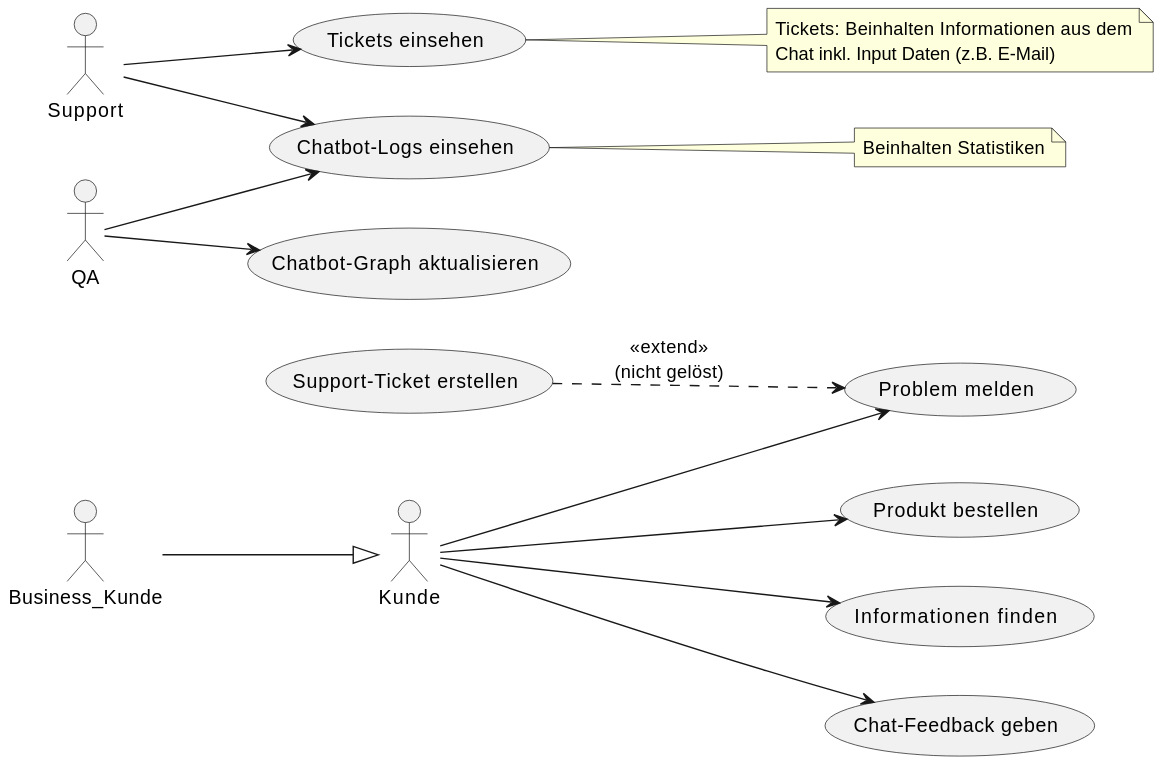
Before: docs/use_case.svg, a diagram exported from PlantUML (joshuanoeldeke/bh3_chatbot).
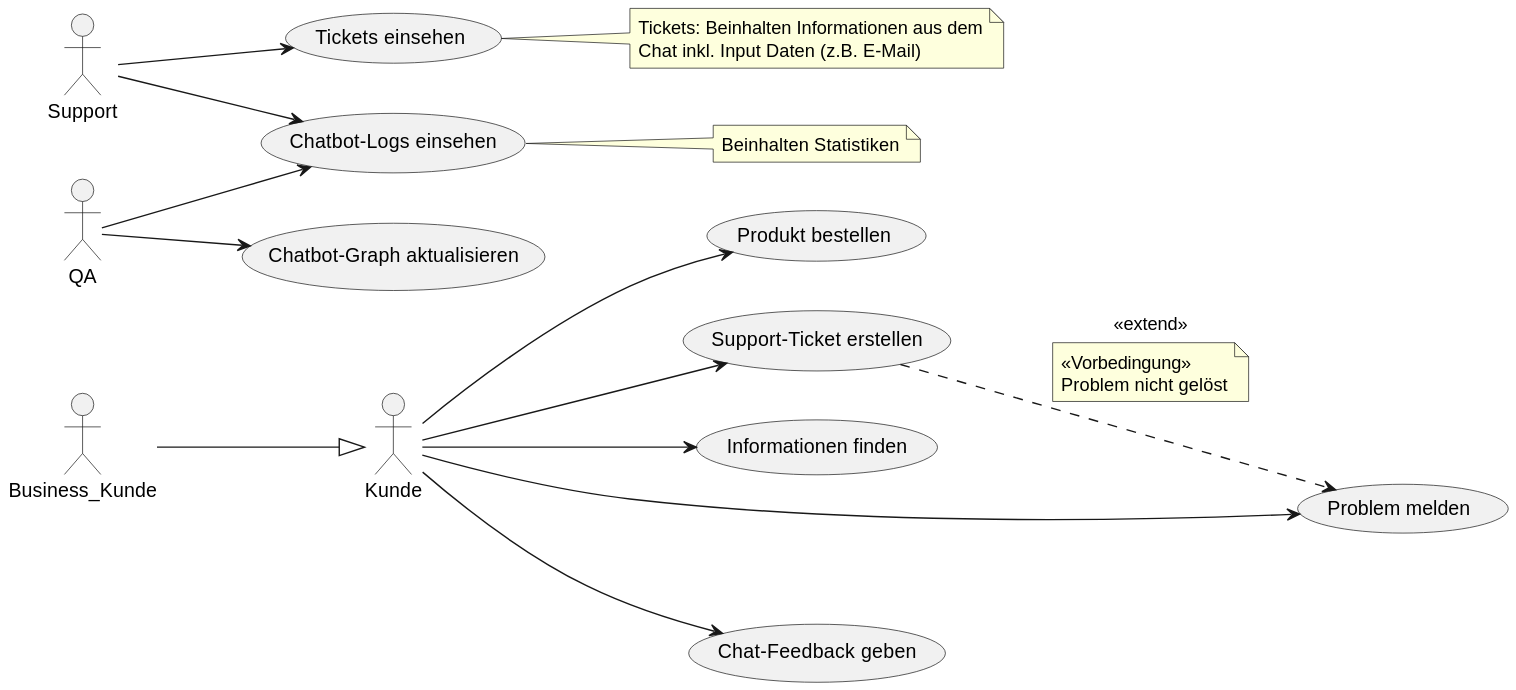
The same file after the commit.

Commit message:
docs(uml): render use-case diagram

The edit, as a diff of the source:
```diff
@@ -18,7 +18,11 @@
 usecase "Chatbot-Graph aktualisieren" as cga
 usecase "Chat-Feedback geben" as cfg
 
-ticket ..> pm : <<extend>>\n(nicht gelöst)
+ticket ..> pm : <<extend>>
+note on link
+  <<Vorbedingung>>
+  Problem nicht gelöst
+end note
 
 note right of logs
     Beinhalten Statistiken
@@ -30,6 +34,7 @@
 
 c --> pb
 c --> pm
+c --> ticket
 c --> cfg
 c --> info
 
```
